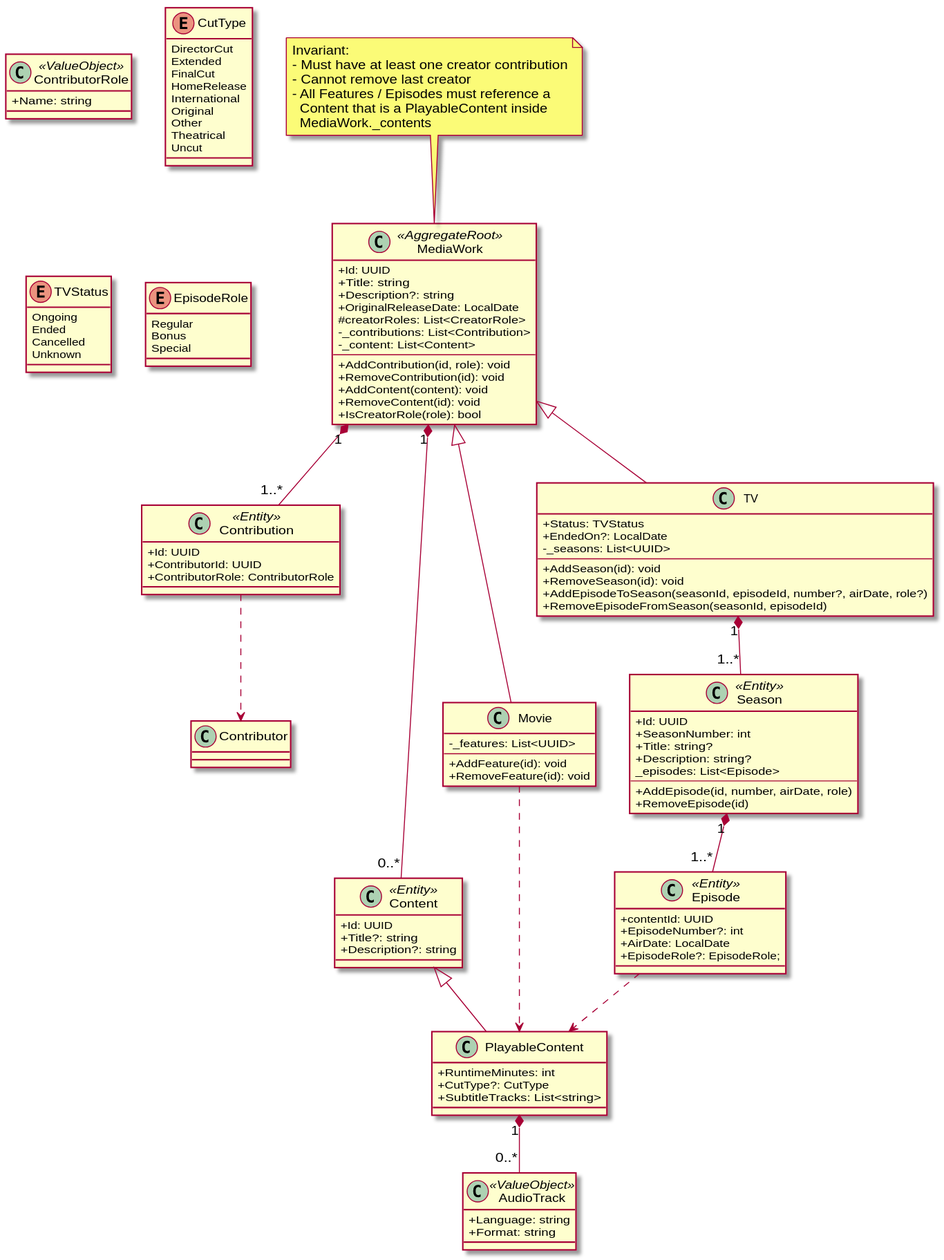
Above: docs/diagrams/domain/media_work.domain.svg in yantue/colleq (PlantUML), before the change. Source of this version:
```plantuml
@startuml
skinparam classAttributeIconSize 0

class MediaWork <<AggregateRoot>> {
    +Id: UUID
    +Title: string
    +Description?: string
    +OriginalReleaseDate: LocalDate
    #creatorRoles: List<CreatorRole>
    -_contributions: List<Contribution>
    -_content: List<Content>
    --
    +AddContribution(id, role): void
    +RemoveContribution(id): void
    +AddContent(content): void
    +RemoveContent(id): void
    +IsCreatorRole(role): bool
}

note top of MediaWork
Invariant:
- Must have at least one creator contribution
- Cannot remove last creator
- All Features / Episodes must reference a
  Content that is a PlayableContent inside
  MediaWork._contents
end note

class Contribution <<Entity>> {
    +Id: UUID
    +ContributorId: UUID
    +ContributorRole: ContributorRole
}

class ContributorRole <<ValueObject>> {
    +Name: string
}

MediaWork "1" *-- "1..*" Contribution

class Content <<Entity>> {
    +Id: UUID
    +Title?: string
    +Description?: string
}

MediaWork "1" *-- "0..*" Content

class PlayableContent {
    +RuntimeMinutes: int
    +CutType?: CutType
    +SubtitleTracks: List<string>
}

enum CutType {
    DirectorCut
    Extended
    FinalCut
    HomeRelease
    International
    Original
    Other
    Theatrical
    Uncut
}

Content <|-- PlayableContent

class AudioTrack <<ValueObject>> {
    +Language: string
    +Format: string
}

PlayableContent "1" *-- "0..*" AudioTrack

class Movie {
    -_features: List<UUID>
    --
    +AddFeature(id): void
    +RemoveFeature(id): void
}

MediaWork <|-- Movie
Movie ..> PlayableContent

class TV {
    +Status: TVStatus
    +EndedOn?: LocalDate
    -_seasons: List<UUID>
    --
    +AddSeason(id): void
    +RemoveSeason(id): void
    +AddEpisodeToSeason(seasonId, episodeId, number?, airDate, role?)
    +RemoveEpisodeFromSeason(seasonId, episodeId)
}

MediaWork <|-- TV

enum TVStatus {
    Ongoing
    Ended
    Cancelled
    Unknown
}

class Season <<Entity>> {
    +Id: UUID
    +SeasonNumber: int
    +Title: string?
    +Description: string?
    _episodes: List<Episode>
    --
    +AddEpisode(id, number, airDate, role)
    +RemoveEpisode(id)
}

TV "1" *-- "1..*" Season

class Episode <<Entity>> {
    +contentId: UUID
    +EpisodeNumber?: int
    +AirDate: LocalDate
    +EpisodeRole?: EpisodeRole;
}

Season "1" *-- "1..*" Episode
Episode ..> PlayableContent

enum EpisodeRole {
    Regular
    Bonus
    Special
}

Contribution ..> Contributor

@enduml
```
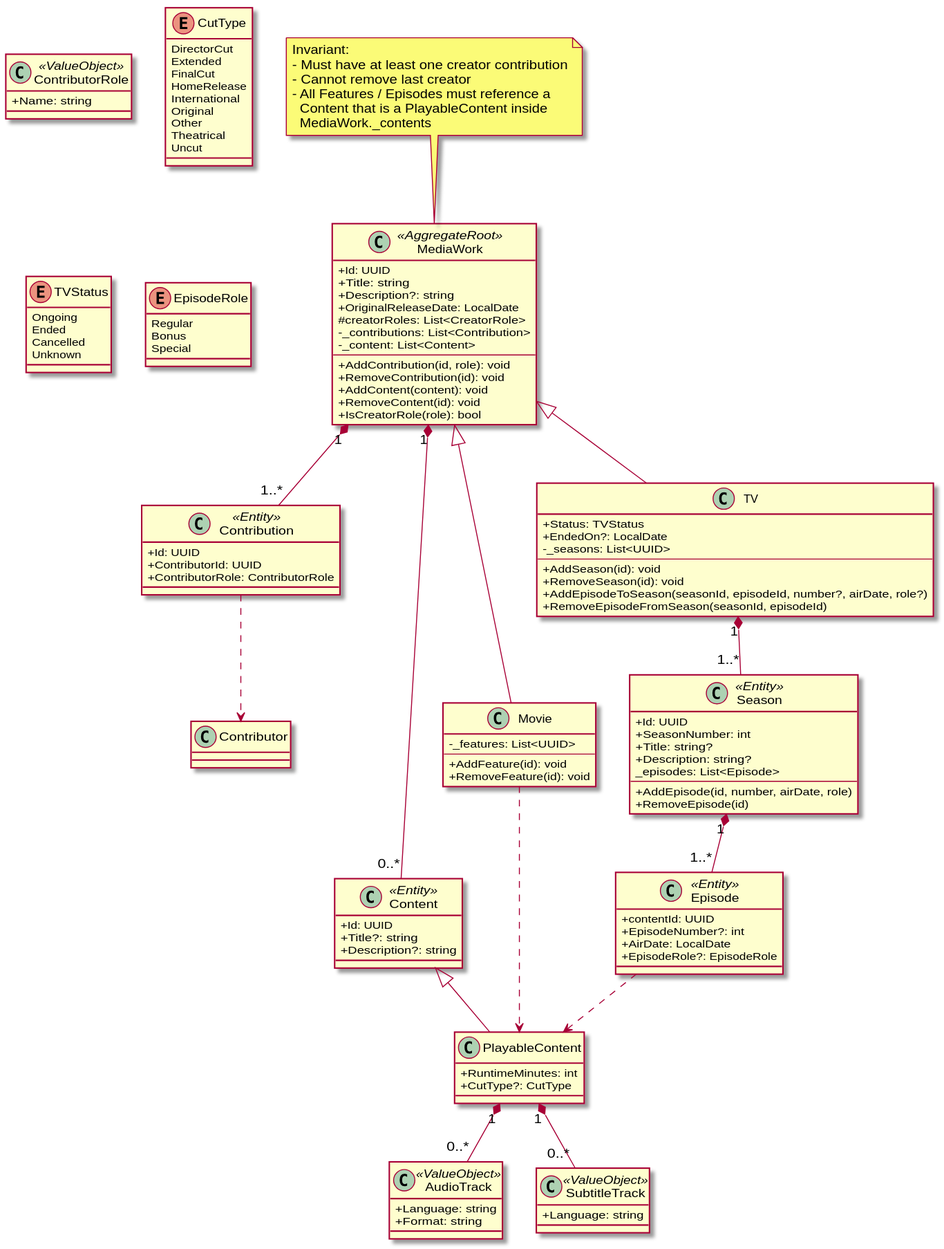
The same file after the commit.

What changed in the source:
```diff
@@ -49,7 +49,6 @@
 class PlayableContent {
     +RuntimeMinutes: int
     +CutType?: CutType
-    +SubtitleTracks: List<string>
 }
 
 enum CutType {
@@ -72,6 +71,12 @@
 }
 
 PlayableContent "1" *-- "0..*" AudioTrack
+
+class SubtitleTrack <<ValueObject>> {
+    +Language: string
+}
+
+PlayableContent "1" *-- "0..*" SubtitleTrack
 
 class Movie {
     -_features: List<UUID>
@@ -120,7 +125,7 @@
     +contentId: UUID
     +EpisodeNumber?: int
     +AirDate: LocalDate
-    +EpisodeRole?: EpisodeRole;
+    +EpisodeRole?: EpisodeRole
 }
 
 Season "1" *-- "1..*" Episode
```
